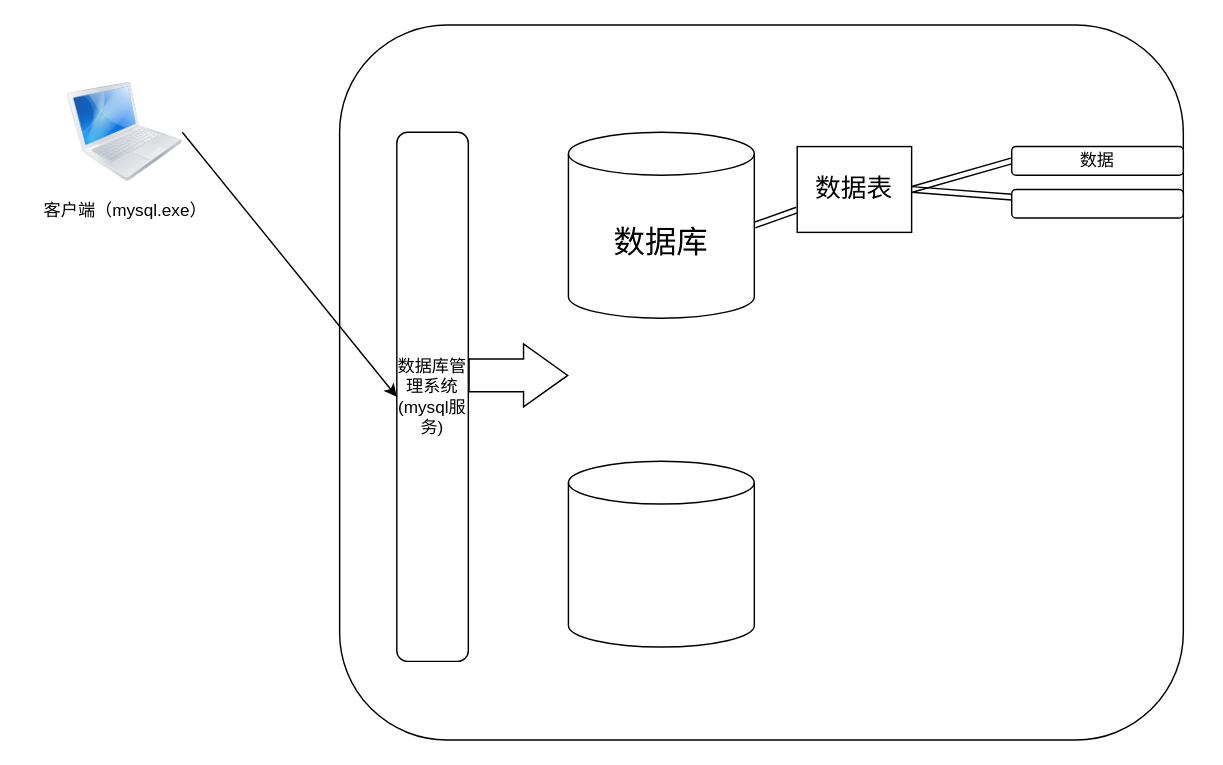
Above: mysql.drawio in pg-wbl/flow-chart (draw.io), before the change. Source tidied: cells renumbered, new cells numbered last; positions are measured from the earlier drawing's top-left corner, leaving out a move shared by most shapes. Both pictures are drawn from the tidied source at 143%, with x=0, y=0 at pixel (24, 24).
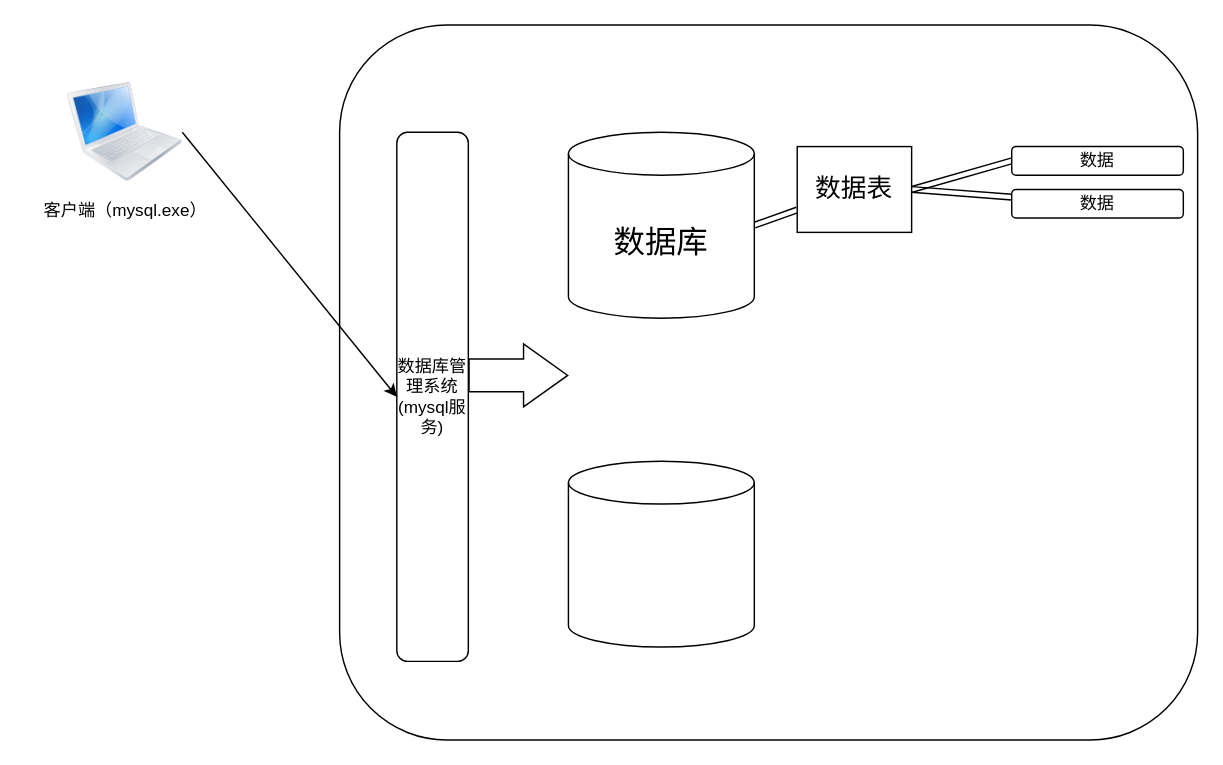
The same diagram, later.

What changed in the source:
```diff
@@
 <mxGraphModel>
   <root>
     <mxCell id="0" />
     <mxCell id="1" parent="0" />
     <mxCell id="2" style="rounded=1;whiteSpace=wrap;html=1;" parent="1" vertex="1">
-      <mxGeometry x="220" width="590" height="500" as="geometry" />
+      <mxGeometry x="220" width="600" height="500" as="geometry" />
     </mxCell>
     <mxCell id="3" value="数据库管理系统(mysql服务)" style="rounded=1;whiteSpace=wrap;html=1;" parent="1" vertex="1">
       <mxGeometry x="260" y="75" width="50" height="370" as="geometry" />
     </mxCell>
     <mxCell id="4" style="rounded=0;jettySize=auto;html=1;exitX=1;exitY=0.5;exitDx=0;exitDy=0;exitPerimeter=0;shape=link;" parent="1" edge="1" source="5" target="9">
       <mxGeometry relative="1" as="geometry" />
     </mxCell>
     <mxCell id="5" value="&lt;font style=&quot;font-size: 22px;&quot;&gt;数据库&lt;/font&gt;" style="shape=cylinder3;whiteSpace=wrap;html=1;boundedLbl=1;backgroundOutline=1;size=15;" parent="1" vertex="1">
       <mxGeometry x="380" y="75" width="130" height="130" as="geometry" />
     </mxCell>
     <mxCell id="6" style="shape=cylinder3;whiteSpace=wrap;html=1;boundedLbl=1;backgroundOutline=1;size=15;" parent="1" vertex="1">
       <mxGeometry x="380" y="305" width="130" height="130" as="geometry" />
     </mxCell>
     <mxCell id="7" style="rounded=0;jettySize=auto;html=1;exitX=1;exitY=0.5;exitDx=0;exitDy=0;entryX=0;entryY=0.5;entryDx=0;entryDy=0;shape=link;" parent="1" edge="1" source="9" target="10">
       <mxGeometry relative="1" as="geometry" />
     </mxCell>
     <mxCell id="8" style="rounded=0;jettySize=auto;html=1;exitX=1;exitY=0.5;exitDx=0;exitDy=0;shape=link;" parent="1" edge="1" source="9" target="11">
       <mxGeometry relative="1" as="geometry" />
     </mxCell>
     <mxCell id="9" value="&lt;font style=&quot;font-size: 18px;&quot;&gt;数据表&lt;/font&gt;" style="rounded=0;whiteSpace=wrap;html=1;" parent="1" vertex="1">
       <mxGeometry x="540" y="85" width="80" height="60" as="geometry" />
     </mxCell>
     <mxCell id="10" value="数据" style="rounded=1;whiteSpace=wrap;html=1;" parent="1" vertex="1">
       <mxGeometry x="690" y="85" width="120" height="20" as="geometry" />
     </mxCell>
-    <mxCell id="11" style="rounded=1;whiteSpace=wrap;html=1;" parent="1" vertex="1">
+    <mxCell id="11" value="数据" style="rounded=1;whiteSpace=wrap;html=1;" parent="1" vertex="1">
       <mxGeometry x="690" y="115" width="120" height="20" as="geometry" />
     </mxCell>
     <mxCell id="12" style="shape=flexArrow;endArrow=classic;html=1;rounded=0;width=23;endSize=9.96;" parent="1" edge="1">
       <mxGeometry relative="1" as="geometry">
         <mxPoint x="310" y="245" as="sourcePoint" />
         <mxPoint x="380" y="245" as="targetPoint" />
       </mxGeometry>
     </mxCell>
     <mxCell id="13" style="rounded=0;jettySize=auto;html=1;exitX=1;exitY=0.5;exitDx=0;exitDy=0;entryX=0;entryY=0.5;entryDx=0;entryDy=0;" parent="1" edge="1" source="14" target="3">
       <mxGeometry relative="1" as="geometry" />
     </mxCell>
     <mxCell id="14" style="image;html=1;image=img/lib/clip_art/computers/MacBook_128x128.png;" parent="1" vertex="1">
       <mxGeometry x="30" y="35" width="80" height="80" as="geometry" />
     </mxCell>
     <mxCell id="15" value="客户端（mysql.exe）" style="text;html=1;align=center;verticalAlign=middle;strokeColor=none;fillColor=none;" parent="1" vertex="1">
       <mxGeometry y="115" width="140" height="30" as="geometry" />
     </mxCell>
   </root>
 </mxGraphModel>
```
